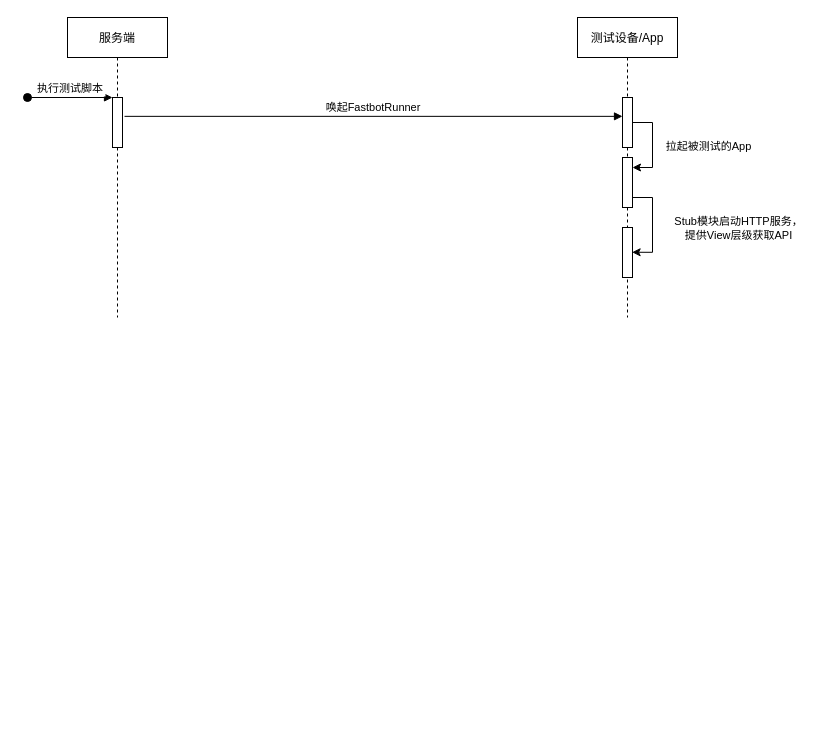
This is Doctor.Diagram.drawio from ginhoor/OnlineDocuments, a draw.io file, before an edit. Source tidied: cells renumbered, new cells numbered last; positions are measured from the earlier drawing's top-left corner, leaving out a move shared by most shapes. Both pictures are drawn from the tidied source at 100%, with x=0, y=0 at pixel (27, 17).
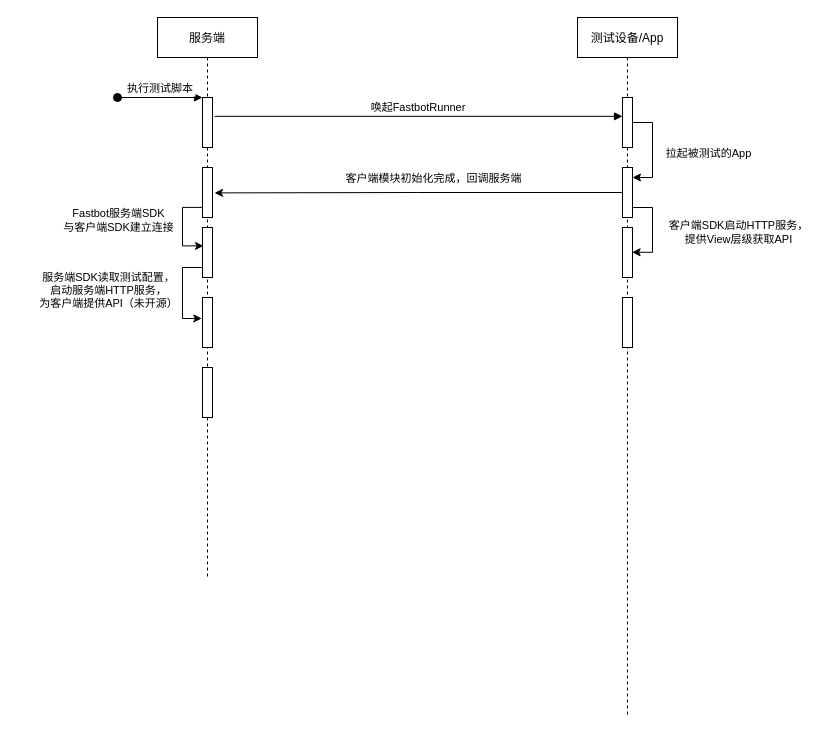
The same page after the edit.

Unchanged cells that the change refers to:
```xml
<mxCell id="6" style="points=[];perimeter=orthogonalPerimeter;rounded=0;shadow=0;strokeWidth=1;" parent="5" vertex="1">
  <mxGeometry x="45" y="80" width="10" height="50" as="geometry" />
</mxCell>
<mxCell id="12" style="points=[];perimeter=orthogonalPerimeter;rounded=0;shadow=0;strokeWidth=1;" parent="5" vertex="1">
  <mxGeometry x="45" y="210" width="10" height="50" as="geometry" />
</mxCell>
```

The edit, as a diff of the source:
```diff
@@
     <mxCell id="2" value="服务端" style="shape=umlLifeline;perimeter=lifelinePerimeter;rounded=0;shadow=0;strokeWidth=1;" parent="1" vertex="1">
-      <mxGeometry x="40" width="100" height="300" as="geometry" />
+      <mxGeometry x="130" width="100" height="560" as="geometry" />
     </mxCell>
@@
+    <mxCell id="14" style="edgeStyle=orthogonalEdgeStyle;rounded=0;jettySize=auto;html=1;entryX=0.1;entryY=0.508;entryDx=0;entryDy=0;entryPerimeter=0;exitX=-0.003;exitY=0.798;exitDx=0;exitDy=0;exitPerimeter=0;" parent="2" edge="1" source="16">
+      <mxGeometry relative="1" as="geometry">
+        <mxPoint x="46" y="228.4" as="targetPoint" />
+        <Array as="points">
+          <mxPoint x="25" y="190" />
+          <mxPoint x="25" y="228" />
+        </Array>
+      </mxGeometry>
+    </mxCell>
+    <mxCell id="15" value="Fastbot服务端SDK&lt;br&gt;与客户端SDK建立连接" style="edgeLabel;html=1;align=center;verticalAlign=middle;" parent="14" vertex="1">
+      <mxGeometry x="0.08" y="1" relative="1" as="geometry">
+        <mxPoint x="-66" y="-10" as="offset" />
+      </mxGeometry>
+    </mxCell>
+    <mxCell id="16" style="points=[];perimeter=orthogonalPerimeter;rounded=0;shadow=0;strokeWidth=1;" parent="2" vertex="1">
+      <mxGeometry x="45" y="150" width="10" height="50" as="geometry" />
+    </mxCell>
+    <mxCell id="17" style="edgeStyle=orthogonalEdgeStyle;rounded=0;jettySize=auto;html=1;entryX=-0.072;entryY=0.419;entryDx=0;entryDy=0;entryPerimeter=0;" parent="2" edge="1" source="19" target="20">
+      <mxGeometry relative="1" as="geometry">
+        <Array as="points">
+          <mxPoint x="25" y="250" />
+          <mxPoint x="25" y="301" />
+        </Array>
+      </mxGeometry>
+    </mxCell>
+    <mxCell id="18" value="服务端SDK读取测试配置，&lt;br&gt;启动服务端HTTP服务，&lt;br&gt;为客户端提供API（未开源）" style="edgeLabel;html=1;align=center;verticalAlign=middle;" parent="17" vertex="1">
+      <mxGeometry x="-0.07" y="-1" relative="1" as="geometry">
+        <mxPoint x="-74" as="offset" />
+      </mxGeometry>
+    </mxCell>
+    <mxCell id="19" style="points=[];perimeter=orthogonalPerimeter;rounded=0;shadow=0;strokeWidth=1;" parent="2" vertex="1">
+      <mxGeometry x="45" y="210" width="10" height="50" as="geometry" />
+    </mxCell>
+    <mxCell id="20" style="points=[];perimeter=orthogonalPerimeter;rounded=0;shadow=0;strokeWidth=1;" parent="2" vertex="1">
+      <mxGeometry x="45" y="280" width="10" height="50" as="geometry" />
+    </mxCell>
+    <mxCell id="21" style="perimeter=orthogonalPerimeter;rounded=0;shadow=0;strokeWidth=1;" parent="2" vertex="1">
+      <mxGeometry x="45" y="350" width="10" height="50" as="geometry" />
+    </mxCell>
     <mxCell id="5" value="测试设备/App" style="shape=umlLifeline;perimeter=lifelinePerimeter;rounded=0;shadow=0;strokeWidth=1;" parent="1" vertex="1">
-      <mxGeometry x="550" width="100" height="300" as="geometry" />
+      <mxGeometry x="550" width="100" height="700" as="geometry" />
     </mxCell>
@@
     <mxCell id="7" style="edgeStyle=orthogonalEdgeStyle;rounded=0;jettySize=auto;html=1;entryX=0.962;entryY=0.495;entryDx=0;entryDy=0;entryPerimeter=0;" parent="5" edge="1" source="9" target="12">
       <mxGeometry relative="1" as="geometry">
         <Array as="points">
-          <mxPoint x="75" y="180" />
+          <mxPoint x="75" y="190" />
           <mxPoint x="75" y="235" />
         </Array>
       </mxGeometry>
     </mxCell>
-    <mxCell id="8" value="Stub模块启动HTTP服务，&lt;br&gt;提供View层级获取API" style="edgeLabel;html=1;align=center;verticalAlign=middle;" parent="7" vertex="1">
+    <mxCell id="8" value="客户端SDK启动HTTP服务，&lt;br&gt;提供View层级获取API" style="edgeLabel;html=1;align=center;verticalAlign=middle;" parent="7" vertex="1">
       <mxGeometry x="0.24" y="-2" relative="1" as="geometry">
         <mxPoint x="87" y="-9" as="offset" />
       </mxGeometry>
     </mxCell>
     <mxCell id="9" style="points=[];perimeter=orthogonalPerimeter;rounded=0;shadow=0;strokeWidth=1;" parent="5" vertex="1">
-      <mxGeometry x="45" y="140" width="10" height="50" as="geometry" />
+      <mxGeometry x="45" y="150" width="10" height="50" as="geometry" />
     </mxCell>
     <mxCell id="10" style="edgeStyle=orthogonalEdgeStyle;rounded=0;jettySize=auto;html=1;" parent="5" edge="1" source="6" target="9">
       <mxGeometry relative="1" as="geometry">
         <Array as="points">
           <mxPoint x="75" y="105" />
-          <mxPoint x="75" y="150" />
+          <mxPoint x="75" y="160" />
         </Array>
       </mxGeometry>
     </mxCell>
@@
+    <mxCell id="22" style="perimeter=orthogonalPerimeter;rounded=0;shadow=0;strokeWidth=1;" parent="5" vertex="1">
+      <mxGeometry x="45" y="280" width="10" height="50" as="geometry" />
+    </mxCell>
@@
+    <mxCell id="23" style="edgeStyle=orthogonalEdgeStyle;rounded=0;jettySize=auto;html=1;entryX=1.203;entryY=0.508;entryDx=0;entryDy=0;entryPerimeter=0;" parent="1" edge="1" source="9" target="16">
+      <mxGeometry relative="1" as="geometry" />
+    </mxCell>
+    <mxCell id="24" value="客户端模块初始化完成，回调服务端" style="edgeLabel;html=1;align=center;verticalAlign=middle;" parent="23" vertex="1">
+      <mxGeometry x="0.22" y="1" relative="1" as="geometry">
+        <mxPoint x="59" y="-16" as="offset" />
+      </mxGeometry>
+    </mxCell>
```
